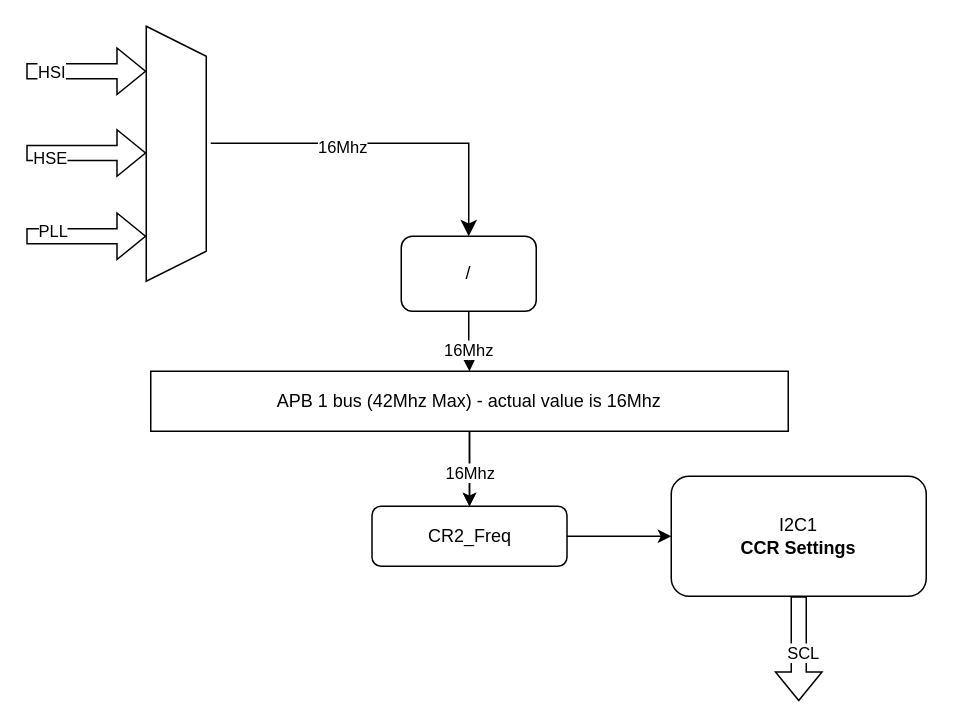
The draw.io diagram page "I2C_Clock" (3 of 5) of Peripheral_blocks.drawio in mashrino/example_repo, before the edit. Source tidied: cells renumbered, new cells numbered last; positions are measured from the earlier drawing's top-left corner, leaving out a move shared by most shapes. Both pictures are drawn from the tidied source at 150%, with x=0, y=0 at pixel (26, 70).
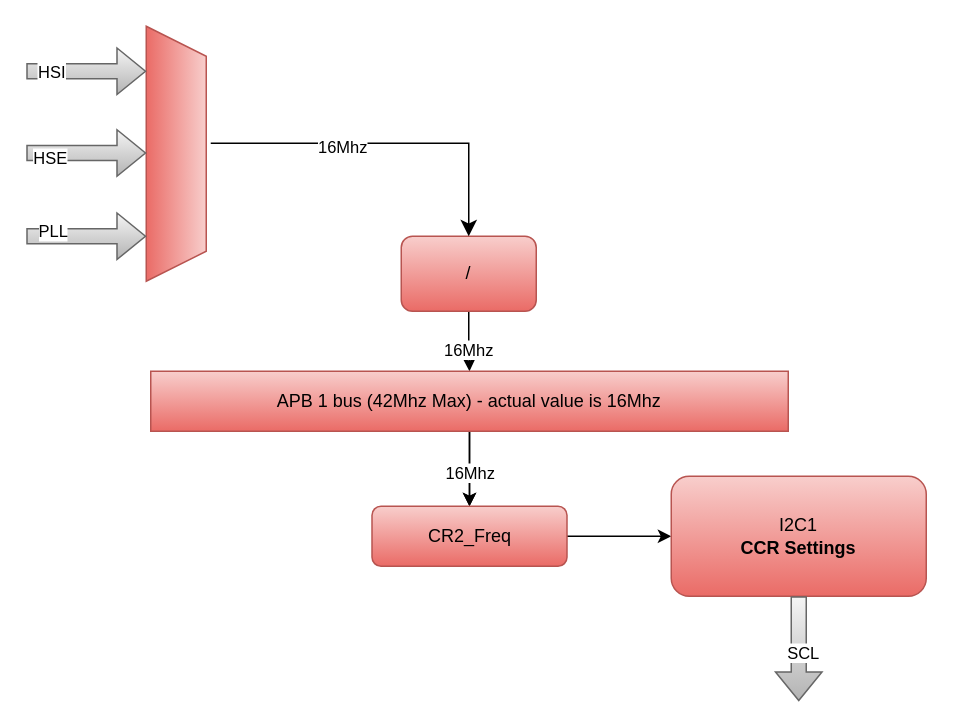
The same diagram, later.

Change to the diagram source:
```diff
@@
-    <mxCell id="2" style="shape=trapezoid;perimeter=trapezoidPerimeter;whiteSpace=wrap;html=1;fixedSize=1;rotation=90;" parent="1" vertex="1">
+    <mxCell id="2" style="shape=trapezoid;perimeter=trapezoidPerimeter;whiteSpace=wrap;html=1;fixedSize=1;rotation=90;fillColor=#f8cecc;gradientColor=#ea6b66;strokeColor=#b85450;" parent="1" vertex="1">
       <mxGeometry x="15" y="35" width="170" height="40" as="geometry" />
     </mxCell>
@@
-    <mxCell id="5" value="/" style="rounded=1;whiteSpace=wrap;html=1;" parent="1" vertex="1">
+    <mxCell id="5" value="/" style="rounded=1;whiteSpace=wrap;html=1;fillColor=#f8cecc;gradientColor=#ea6b66;strokeColor=#b85450;" parent="1" vertex="1">
       <mxGeometry x="250" y="110" width="90" height="50" as="geometry" />
     </mxCell>
@@
-    <mxCell id="9" value="APB 1 bus (42Mhz Max) - actual value is 16Mhz" style="rounded=0;whiteSpace=wrap;html=1;" parent="1" vertex="1">
+    <mxCell id="9" value="APB 1 bus (42Mhz Max) - actual value is 16Mhz" style="rounded=0;whiteSpace=wrap;html=1;fillColor=#f8cecc;gradientColor=#ea6b66;strokeColor=#b85450;" parent="1" vertex="1">
       <mxGeometry x="83" y="200" width="425" height="40" as="geometry" />
     </mxCell>
@@
-    <mxCell id="11" value="CR2_Freq" style="rounded=1;whiteSpace=wrap;html=1;" parent="1" vertex="1">
+    <mxCell id="11" value="CR2_Freq" style="rounded=1;whiteSpace=wrap;html=1;fillColor=#f8cecc;gradientColor=#ea6b66;strokeColor=#b85450;" parent="1" vertex="1">
       <mxGeometry x="230.5" y="290" width="130" height="40" as="geometry" />
     </mxCell>
-    <mxCell id="12" value="I2C1&lt;div&gt;&lt;b&gt;CCR Settings&lt;/b&gt;&lt;/div&gt;" style="rounded=1;whiteSpace=wrap;html=1;" parent="1" vertex="1">
+    <mxCell id="12" value="I2C1&lt;div&gt;&lt;b&gt;CCR Settings&lt;/b&gt;&lt;/div&gt;" style="rounded=1;whiteSpace=wrap;html=1;fillColor=#f8cecc;gradientColor=#ea6b66;strokeColor=#b85450;" parent="1" vertex="1">
       <mxGeometry x="430" y="270" width="170" height="80" as="geometry" />
     </mxCell>
-    <mxCell id="13" style="shape=flexArrow;endArrow=classic;html=1;rounded=0;" parent="1" edge="1">
+    <mxCell id="13" style="shape=flexArrow;endArrow=classic;html=1;rounded=0;fillColor=#f5f5f5;gradientColor=#b3b3b3;strokeColor=#666666;" parent="1" edge="1">
       <mxGeometry relative="1" as="geometry">
         <mxPoint as="sourcePoint" />
         <mxPoint x="80" as="targetPoint" />
       </mxGeometry>
     </mxCell>
@@
-    <mxCell id="15" style="shape=flexArrow;endArrow=classic;html=1;rounded=0;" parent="1" edge="1">
+    <mxCell id="15" style="shape=flexArrow;endArrow=classic;html=1;rounded=0;fillColor=#f5f5f5;gradientColor=#b3b3b3;strokeColor=#666666;" parent="1" edge="1">
       <mxGeometry relative="1" as="geometry">
         <mxPoint y="54.5" as="sourcePoint" />
         <mxPoint x="80" y="54.5" as="targetPoint" />
       </mxGeometry>
     </mxCell>
@@
-    <mxCell id="17" style="shape=flexArrow;endArrow=classic;html=1;rounded=0;" parent="1" edge="1">
+    <mxCell id="17" style="shape=flexArrow;endArrow=classic;html=1;rounded=0;fillColor=#f5f5f5;gradientColor=#b3b3b3;strokeColor=#666666;" parent="1" edge="1">
       <mxGeometry relative="1" as="geometry">
         <mxPoint y="110" as="sourcePoint" />
         <mxPoint x="80" y="110" as="targetPoint" />
       </mxGeometry>
     </mxCell>
@@
-    <mxCell id="21" style="shape=flexArrow;endArrow=classic;html=1;rounded=0;exitX=0.5;exitY=1;exitDx=0;exitDy=0;" parent="1" edge="1" source="12">
+    <mxCell id="21" style="shape=flexArrow;endArrow=classic;html=1;rounded=0;exitX=0.5;exitY=1;exitDx=0;exitDy=0;fillColor=#f5f5f5;gradientColor=#b3b3b3;strokeColor=#666666;" parent="1" edge="1" source="12">
       <mxGeometry relative="1" as="geometry">
         <mxPoint x="515" y="420" as="targetPoint" />
       </mxGeometry>
     </mxCell>
```
